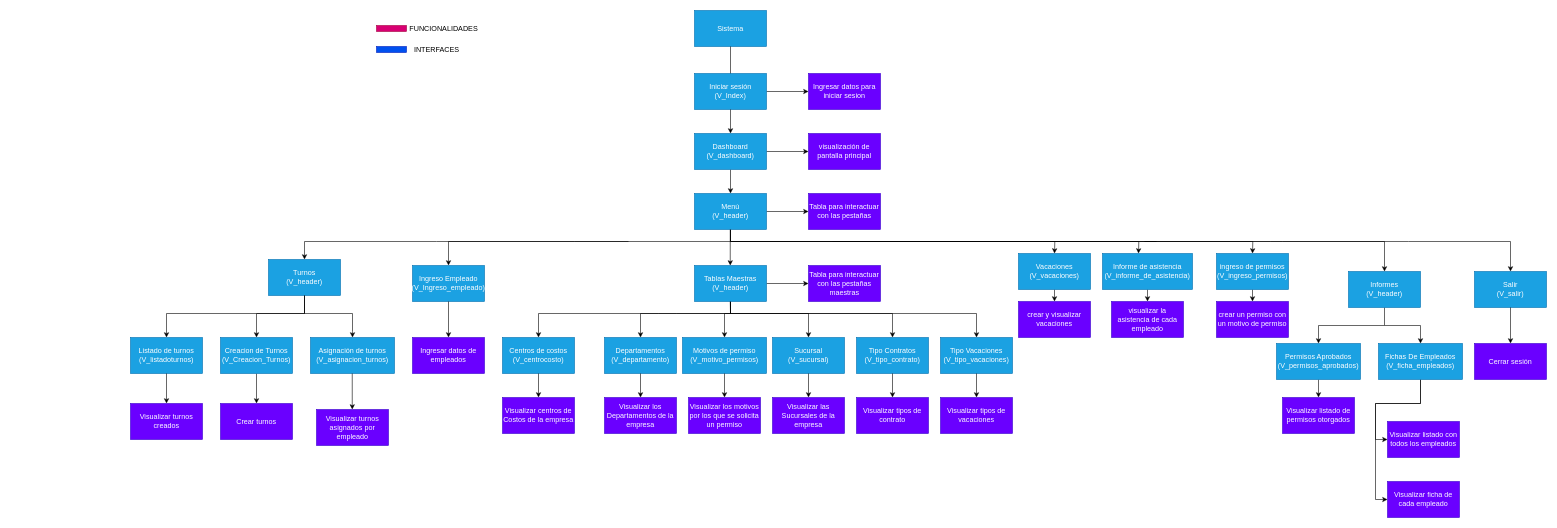
The draw.io diagram INCREMENTO2/Figuras drawio/arbol de navegacion 2.drawio in vixo23/ING-DE-SOFTWARE, before the edit. Source tidied: cells renumbered, new cells numbered last; positions are measured from the earlier drawing's top-left corner, leaving out a move shared by most shapes. Both pictures are drawn from the tidied source at 60%, with x=0, y=0 at pixel (130, 10).
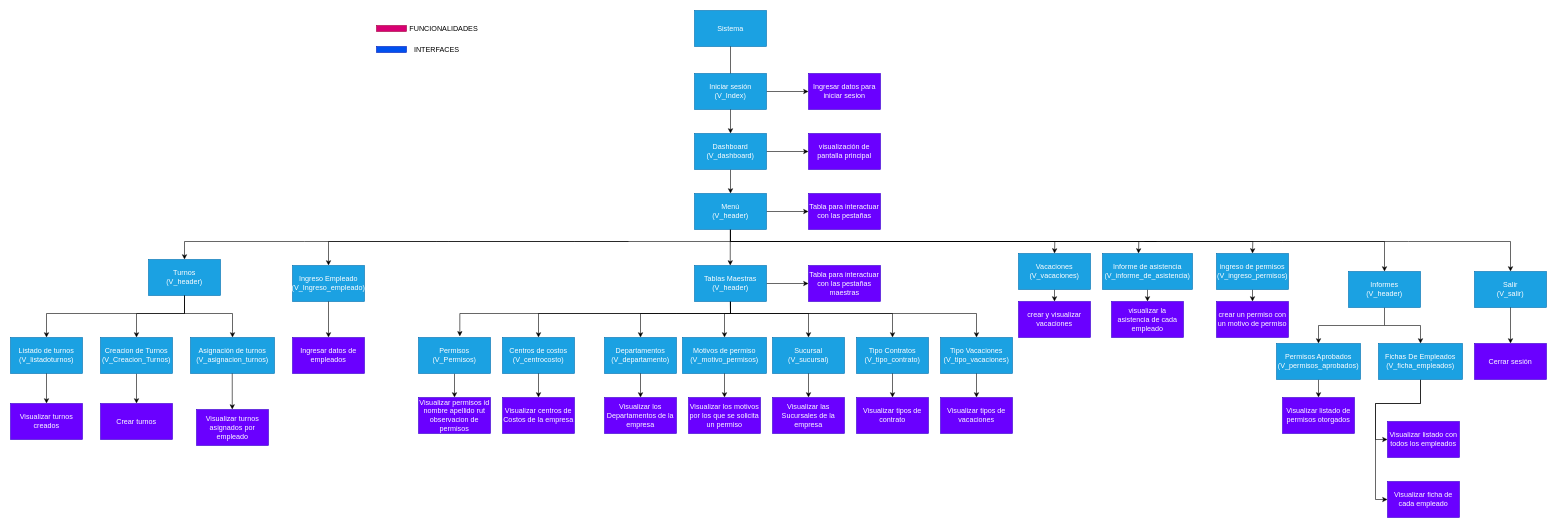
After the change.

The change refers to these unchanged cells:
```xml
<mxCell id="22" value="&lt;div&gt;Tablas Maestras&lt;/div&gt;&lt;div&gt;&lt;div&gt;(V_header)&lt;/div&gt;&lt;/div&gt;" style="rounded=0;whiteSpace=wrap;html=1;fillColor=#1ba1e2;fontColor=#ffffff;strokeColor=#006EAF;" parent="1" vertex="1">
  <mxGeometry x="940" y="425" width="120" height="60" as="geometry" />
</mxCell>
```

The edit, as a diff of the source:
```diff
@@
     <mxCell id="12" value="Ingreso Empleado&lt;div&gt;(V_Ingreso_empleado)&lt;/div&gt;" style="rounded=0;whiteSpace=wrap;html=1;fillColor=#1ba1e2;fontColor=#ffffff;strokeColor=#006EAF;" parent="1" vertex="1">
-      <mxGeometry x="470" y="425" width="120" height="60" as="geometry" />
+      <mxGeometry x="270" y="425" width="120" height="60" as="geometry" />
     </mxCell>
@@
     <mxCell id="15" style="edgeStyle=orthogonalEdgeStyle;rounded=0;jettySize=auto;html=1;exitX=0.5;exitY=1;exitDx=0;exitDy=0;entryX=0.5;entryY=0;entryDx=0;entryDy=0;" parent="1" edge="1" source="16" target="82">
       <mxGeometry relative="1" as="geometry">
         <Array as="points">
-          <mxPoint x="290" y="505" />
-          <mxPoint x="210" y="505" />
+          <mxPoint x="90" y="505" />
+          <mxPoint x="10" y="505" />
         </Array>
       </mxGeometry>
     </mxCell>
     <mxCell id="16" value="&lt;div&gt;Turnos&lt;/div&gt;&lt;div&gt;&lt;div&gt;(V_header)&lt;/div&gt;&lt;/div&gt;" style="rounded=0;whiteSpace=wrap;html=1;fillColor=#1ba1e2;fontColor=#ffffff;strokeColor=#006EAF;" parent="1" vertex="1">
-      <mxGeometry x="230" y="415" width="120" height="60" as="geometry" />
+      <mxGeometry x="30" y="415" width="120" height="60" as="geometry" />
     </mxCell>
@@
+    <mxCell id="93" style="edgeStyle=orthogonalEdgeStyle;rounded=0;jettySize=auto;html=1;exitX=0.5;exitY=1;exitDx=0;exitDy=0;entryX=0.574;entryY=-0.031;entryDx=0;entryDy=0;entryPerimeter=0;" parent="1" edge="1" source="22" target="95">
+      <mxGeometry relative="1" as="geometry">
+        <Array as="points">
+          <mxPoint x="1000" y="505" />
+          <mxPoint x="549" y="505" />
+        </Array>
+      </mxGeometry>
+    </mxCell>
@@
     <mxCell id="24" style="endArrow=classic;html=1;rounded=0;entryX=0.5;entryY=0;entryDx=0;entryDy=0;" parent="1" edge="1" target="12">
       <mxGeometry relative="1" as="geometry">
         <mxPoint x="1000" y="385" as="sourcePoint" />
         <Array as="points">
           <mxPoint x="740" y="385" />
           <mxPoint x="530" y="385" />
+          <mxPoint x="330" y="385" />
         </Array>
       </mxGeometry>
     </mxCell>
@@
     <mxCell id="26" style="endArrow=classic;html=1;rounded=0;entryX=0.5;entryY=0;entryDx=0;entryDy=0;" parent="1" edge="1" target="16">
       <mxGeometry relative="1" as="geometry">
         <mxPoint x="830" y="385" as="sourcePoint" />
         <Array as="points">
           <mxPoint x="510" y="385" />
           <mxPoint x="290" y="385" />
+          <mxPoint x="90" y="385" />
         </Array>
       </mxGeometry>
     </mxCell>
@@
     <mxCell id="28" value="Listado de turnos&lt;div&gt;(V_listadoturnos)&lt;/div&gt;" style="rounded=0;whiteSpace=wrap;html=1;fillColor=#1ba1e2;fontColor=#ffffff;strokeColor=#006EAF;" parent="1" vertex="1">
-      <mxGeometry y="545" width="120" height="60" as="geometry" />
+      <mxGeometry x="-200" y="545" width="120" height="60" as="geometry" />
     </mxCell>
     <mxCell id="29" style="endArrow=classic;html=1;rounded=0;entryX=0.5;entryY=0;entryDx=0;entryDy=0;exitX=0.5;exitY=1;exitDx=0;exitDy=0;" parent="1" edge="1" source="16" target="28">
       <mxGeometry relative="1" as="geometry">
         <Array as="points">
-          <mxPoint x="290" y="505" />
-          <mxPoint x="210" y="505" />
-          <mxPoint x="60" y="505" />
+          <mxPoint x="90" y="505" />
+          <mxPoint x="10" y="505" />
+          <mxPoint x="-140" y="505" />
         </Array>
       </mxGeometry>
     </mxCell>
     <mxCell id="30" value="Visualizar turnos creados" style="rounded=0;whiteSpace=wrap;html=1;fillColor=#6a00ff;fontColor=#ffffff;strokeColor=#3700CC;" parent="1" vertex="1">
-      <mxGeometry y="655" width="120" height="60" as="geometry" />
+      <mxGeometry x="-200" y="655" width="120" height="60" as="geometry" />
     </mxCell>
@@
     <mxCell id="33" value="Ingresar datos de empleados" style="rounded=0;whiteSpace=wrap;html=1;fillColor=#6a00ff;fontColor=#ffffff;strokeColor=#3700CC;" parent="1" vertex="1">
-      <mxGeometry x="470" y="545" width="120" height="60" as="geometry" />
+      <mxGeometry x="270" y="545" width="120" height="60" as="geometry" />
     </mxCell>
@@
     <mxCell id="51" value="Asignación de turnos&lt;div&gt;(V_asignacion_turnos)&lt;/div&gt;" style="rounded=0;whiteSpace=wrap;html=1;fillColor=#1ba1e2;fontColor=#ffffff;strokeColor=#006EAF;" parent="1" vertex="1">
-      <mxGeometry x="300" y="545" width="140" height="60" as="geometry" />
+      <mxGeometry x="100" y="545" width="140" height="60" as="geometry" />
     </mxCell>
     <mxCell id="52" style="endArrow=classic;html=1;rounded=0;entryX=0.5;entryY=0;entryDx=0;entryDy=0;" parent="1" edge="1" target="51">
       <mxGeometry relative="1" as="geometry">
-        <mxPoint x="290" y="475" as="sourcePoint" />
+        <mxPoint x="90" y="475" as="sourcePoint" />
         <Array as="points">
-          <mxPoint x="290" y="505" />
-          <mxPoint x="370" y="505" />
-          <mxPoint x="370" y="535" />
+          <mxPoint x="90" y="505" />
+          <mxPoint x="170" y="505" />
+          <mxPoint x="170" y="535" />
         </Array>
       </mxGeometry>
     </mxCell>
     <mxCell id="53" value="Visualizar turnos asignados por empleado" style="rounded=0;whiteSpace=wrap;html=1;fillColor=#6a00ff;fontColor=#ffffff;strokeColor=#3700CC;" parent="1" vertex="1">
-      <mxGeometry x="310" y="665" width="120" height="60" as="geometry" />
+      <mxGeometry x="110" y="665" width="120" height="60" as="geometry" />
     </mxCell>
     <mxCell id="54" style="endArrow=classic;html=1;rounded=0;entryX=0.5;entryY=0;entryDx=0;entryDy=0;exitX=0.5;exitY=1;exitDx=0;exitDy=0;" parent="1" edge="1">
       <mxGeometry relative="1" as="geometry">
-        <mxPoint x="369.6" y="605" as="sourcePoint" />
-        <mxPoint x="369.6" y="665" as="targetPoint" />
+        <mxPoint x="169.6" y="605" as="sourcePoint" />
+        <mxPoint x="169.6" y="665" as="targetPoint" />
       </mxGeometry>
     </mxCell>
@@
     <mxCell id="82" value="Creacion de Turnos&lt;div&gt;(V_Creacion_Turnos)&lt;/div&gt;" style="rounded=0;whiteSpace=wrap;html=1;fillColor=#1ba1e2;fontColor=#ffffff;strokeColor=#006EAF;" parent="1" vertex="1">
-      <mxGeometry x="150" y="545" width="120" height="60" as="geometry" />
+      <mxGeometry x="-50" y="545" width="120" height="60" as="geometry" />
     </mxCell>
     <mxCell id="83" value="Crear turnos" style="rounded=0;whiteSpace=wrap;html=1;fillColor=#6a00ff;fontColor=#ffffff;strokeColor=#3700CC;" parent="1" vertex="1">
-      <mxGeometry x="150" y="655" width="120" height="60" as="geometry" />
+      <mxGeometry x="-50" y="655" width="120" height="60" as="geometry" />
     </mxCell>
@@
+    <mxCell id="94" style="edgeStyle=orthogonalEdgeStyle;rounded=0;jettySize=auto;html=1;exitX=0.5;exitY=1;exitDx=0;exitDy=0;" parent="1" edge="1" source="95" target="96">
+      <mxGeometry relative="1" as="geometry" />
+    </mxCell>
+    <mxCell id="95" value="Permisos&lt;div&gt;(V_Permisos)&lt;/div&gt;" style="rounded=0;whiteSpace=wrap;html=1;fillColor=#1ba1e2;fontColor=#ffffff;strokeColor=#006EAF;" parent="1" vertex="1">
+      <mxGeometry x="480" y="545" width="120" height="60" as="geometry" />
+    </mxCell>
+    <mxCell id="96" value="Visualizar permisos id nombre apellido rut observacion de permisos" style="rounded=0;whiteSpace=wrap;html=1;fillColor=#6a00ff;fontColor=#ffffff;strokeColor=#3700CC;" parent="1" vertex="1">
+      <mxGeometry x="480" y="645" width="120" height="60" as="geometry" />
+    </mxCell>
```
